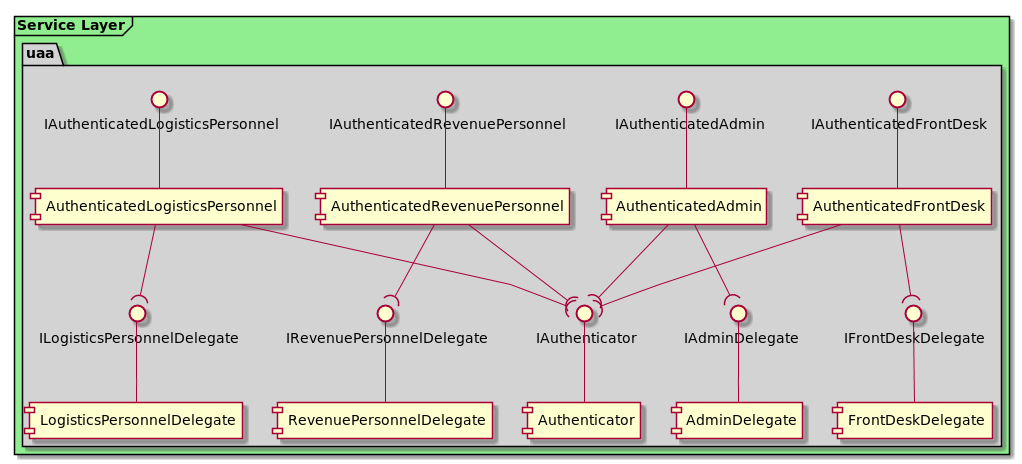
The PlantUML diagram docs/uml/architecture/uaa.png in BBKbeam/mtRooms, before a commit.
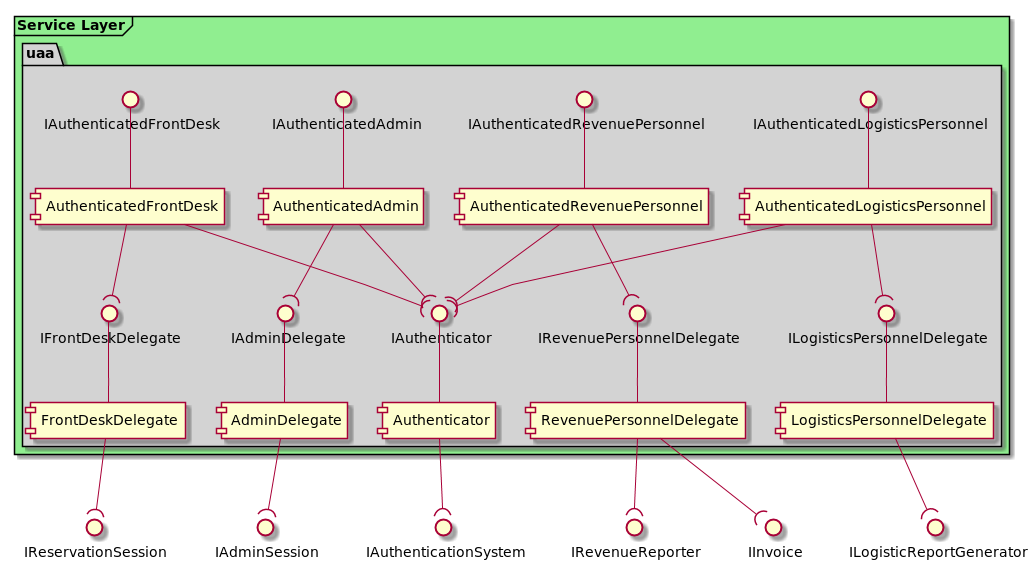
After the commit.

Commit message:
[uml] Added the missing interface dependencies from the 'uaa' architecture diagram.

Diff of the diagram source:
```diff
@@ -29,4 +29,15 @@
     }
 }
 
+AdminDelegate --( IAdminSession
+
+Authenticator --( IAuthenticationSystem
+
+FrontDeskDelegate --( IReservationSession
+
+RevenuePersonnelDelegate --( IRevenueReporter
+RevenuePersonnelDelegate --( IInvoice
+
+LogisticsPersonnelDelegate --( ILogisticReportGenerator
+
 @enduml
```
